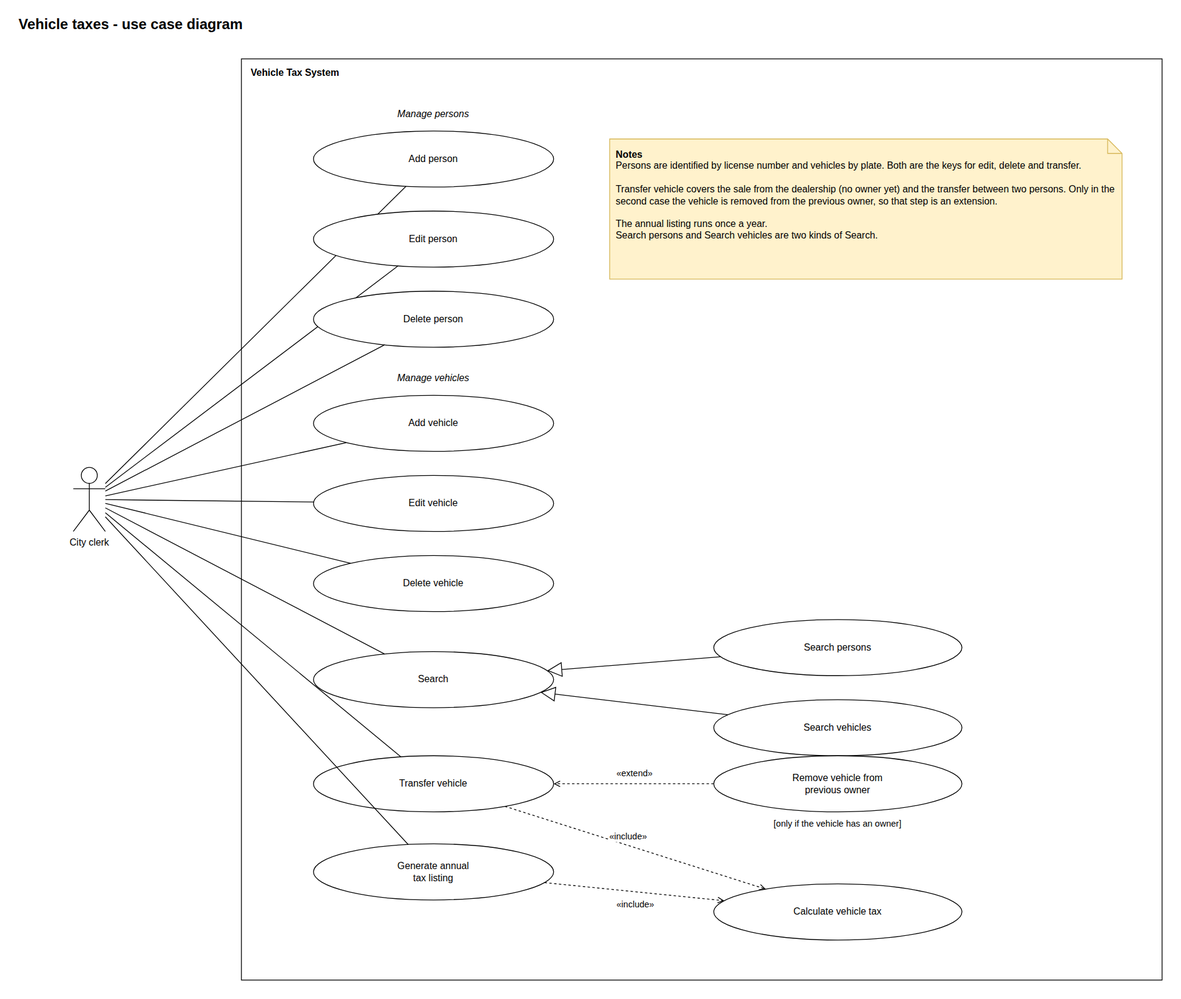
Above: docs/use-case-diagram.drawio.png in kamanfung-upc/softeng-lecture-5 (draw.io), before the change. Source tidied: cells renumbered, new cells last; positions are measured from the earlier drawing's top-left corner, leaving out a move shared by most shapes. The source it was exported from:
```xml
<mxGraphModel>
  <root>
    <mxCell id="0" />
    <mxCell id="1" parent="0" />
    <mxCell id="2" value="&lt;b&gt;&lt;font style=&quot;font-size: 18px;&quot;&gt;Vehicle taxes - use case diagram&lt;/font&gt;&lt;/b&gt;" style="text;html=1;strokeColor=none;fillColor=none;align=left;verticalAlign=top;whiteSpace=wrap;" parent="1" vertex="1">
      <mxGeometry width="700" height="30" as="geometry" />
    </mxCell>
    <mxCell id="3" value="Vehicle Tax System" style="rounded=0;whiteSpace=wrap;html=1;fillColor=none;align=left;verticalAlign=top;fontStyle=1;spacingLeft=10;spacingTop=4;" parent="1" vertex="1">
      <mxGeometry x="280" y="60" width="1150" height="1150" as="geometry" />
    </mxCell>
    <mxCell id="4" value="City clerk" style="shape=umlActor;verticalLabelPosition=bottom;verticalAlign=top;html=1;outlineConnect=0;" parent="1" vertex="1">
      <mxGeometry x="70" y="570" width="40" height="80" as="geometry" />
    </mxCell>
    <mxCell id="5" value="&lt;i&gt;Manage persons&lt;/i&gt;" style="text;html=1;strokeColor=none;fillColor=none;align=left;verticalAlign=top;whiteSpace=wrap;align=center;" parent="1" vertex="1">
      <mxGeometry x="370" y="115" width="300" height="25" as="geometry" />
    </mxCell>
    <mxCell id="6" value="&lt;i&gt;Manage vehicles&lt;/i&gt;" style="text;html=1;strokeColor=none;fillColor=none;align=left;verticalAlign=top;whiteSpace=wrap;align=center;" parent="1" vertex="1">
      <mxGeometry x="370" y="445" width="300" height="25" as="geometry" />
    </mxCell>
    <mxCell id="7" value="Add person" style="ellipse;whiteSpace=wrap;html=1;" parent="1" vertex="1">
      <mxGeometry x="370" y="150" width="300" height="70" as="geometry" />
    </mxCell>
    <mxCell id="8" style="endArrow=none;html=1;rounded=0;" parent="1" edge="1" source="4" target="7">
      <mxGeometry relative="1" as="geometry" />
    </mxCell>
    <mxCell id="9" value="Edit person" style="ellipse;whiteSpace=wrap;html=1;" parent="1" vertex="1">
      <mxGeometry x="370" y="250" width="300" height="70" as="geometry" />
    </mxCell>
    <mxCell id="10" style="endArrow=none;html=1;rounded=0;" parent="1" edge="1" source="4" target="9">
      <mxGeometry relative="1" as="geometry" />
    </mxCell>
    <mxCell id="11" value="Delete person" style="ellipse;whiteSpace=wrap;html=1;" parent="1" vertex="1">
      <mxGeometry x="370" y="350" width="300" height="70" as="geometry" />
    </mxCell>
    <mxCell id="12" style="endArrow=none;html=1;rounded=0;" parent="1" edge="1" source="4" target="11">
      <mxGeometry relative="1" as="geometry" />
    </mxCell>
    <mxCell id="13" value="Add vehicle" style="ellipse;whiteSpace=wrap;html=1;" parent="1" vertex="1">
      <mxGeometry x="370" y="480" width="300" height="70" as="geometry" />
    </mxCell>
    <mxCell id="14" style="endArrow=none;html=1;rounded=0;" parent="1" edge="1" source="4" target="13">
      <mxGeometry relative="1" as="geometry" />
    </mxCell>
    <mxCell id="15" value="Edit vehicle" style="ellipse;whiteSpace=wrap;html=1;" parent="1" vertex="1">
      <mxGeometry x="370" y="580" width="300" height="70" as="geometry" />
    </mxCell>
    <mxCell id="16" style="endArrow=none;html=1;rounded=0;" parent="1" edge="1" source="4" target="15">
      <mxGeometry relative="1" as="geometry" />
    </mxCell>
    <mxCell id="17" value="Delete vehicle" style="ellipse;whiteSpace=wrap;html=1;" parent="1" vertex="1">
      <mxGeometry x="370" y="680" width="300" height="70" as="geometry" />
    </mxCell>
    <mxCell id="18" style="endArrow=none;html=1;rounded=0;" parent="1" edge="1" source="4" target="17">
      <mxGeometry relative="1" as="geometry" />
    </mxCell>
    <mxCell id="19" value="Search" style="ellipse;whiteSpace=wrap;html=1;" parent="1" vertex="1">
      <mxGeometry x="370" y="800" width="300" height="70" as="geometry" />
    </mxCell>
    <mxCell id="20" style="endArrow=none;html=1;rounded=0;" parent="1" edge="1" source="4" target="19">
      <mxGeometry relative="1" as="geometry" />
    </mxCell>
    <mxCell id="21" value="Transfer vehicle" style="ellipse;whiteSpace=wrap;html=1;" parent="1" vertex="1">
      <mxGeometry x="370" y="930" width="300" height="70" as="geometry" />
    </mxCell>
    <mxCell id="22" style="endArrow=none;html=1;rounded=0;" parent="1" edge="1" source="4" target="21">
      <mxGeometry relative="1" as="geometry" />
    </mxCell>
    <mxCell id="23" value="Generate annual&lt;br&gt;tax listing" style="ellipse;whiteSpace=wrap;html=1;" parent="1" vertex="1">
      <mxGeometry x="370" y="1040" width="300" height="70" as="geometry" />
    </mxCell>
    <mxCell id="24" style="endArrow=none;html=1;rounded=0;" parent="1" edge="1" source="4" target="23">
      <mxGeometry relative="1" as="geometry" />
    </mxCell>
    <mxCell id="25" value="Search persons" style="ellipse;whiteSpace=wrap;html=1;" parent="1" vertex="1">
      <mxGeometry x="870" y="760" width="310" height="70" as="geometry" />
    </mxCell>
    <mxCell id="26" value="Search vehicles" style="ellipse;whiteSpace=wrap;html=1;" parent="1" vertex="1">
      <mxGeometry x="870" y="860" width="310" height="70" as="geometry" />
    </mxCell>
    <mxCell id="27" value="Remove vehicle from&lt;br&gt;previous owner" style="ellipse;whiteSpace=wrap;html=1;" parent="1" vertex="1">
      <mxGeometry x="870" y="930" width="310" height="70" as="geometry" />
    </mxCell>
    <mxCell id="28" value="Calculate vehicle tax" style="ellipse;whiteSpace=wrap;html=1;" parent="1" vertex="1">
      <mxGeometry x="870" y="1090" width="310" height="70" as="geometry" />
    </mxCell>
    <mxCell id="29" value="[only if the vehicle has an owner]" style="text;html=1;strokeColor=none;fillColor=none;align=left;verticalAlign=top;whiteSpace=wrap;align=center;fontSize=11;" parent="1" vertex="1">
      <mxGeometry x="870" y="1002" width="310" height="20" as="geometry" />
    </mxCell>
    <mxCell id="30" style="endArrow=block;endFill=0;endSize=16;html=1;rounded=0;" parent="1" edge="1" source="25" target="19">
      <mxGeometry relative="1" as="geometry" />
    </mxCell>
    <mxCell id="31" style="endArrow=block;endFill=0;endSize=16;html=1;rounded=0;" parent="1" edge="1" source="26" target="19">
      <mxGeometry relative="1" as="geometry" />
    </mxCell>
    <mxCell id="32" style="endArrow=open;endFill=1;dashed=1;html=1;rounded=0;" parent="1" edge="1" source="27" target="21">
      <mxGeometry relative="1" as="geometry" />
    </mxCell>
    <mxCell id="33" value="&amp;laquo;extend&amp;raquo;" style="edgeLabel;html=1;align=center;verticalAlign=middle;" parent="32" vertex="1">
      <mxGeometry relative="1" as="geometry">
        <mxPoint y="-14" as="offset" />
      </mxGeometry>
    </mxCell>
    <mxCell id="34" style="endArrow=open;endFill=1;dashed=1;html=1;rounded=0;" parent="1" edge="1" source="21" target="28">
      <mxGeometry relative="1" as="geometry" />
    </mxCell>
    <mxCell id="35" value="&amp;laquo;include&amp;raquo;" style="edgeLabel;html=1;align=center;verticalAlign=middle;" parent="34" vertex="1">
      <mxGeometry relative="1" as="geometry">
        <mxPoint x="-10" y="-14" as="offset" />
      </mxGeometry>
    </mxCell>
    <mxCell id="36" style="endArrow=open;endFill=1;dashed=1;html=1;rounded=0;" parent="1" edge="1" source="23" target="28">
      <mxGeometry relative="1" as="geometry" />
    </mxCell>
    <mxCell id="37" value="&amp;laquo;include&amp;raquo;" style="edgeLabel;html=1;align=center;verticalAlign=middle;" parent="36" vertex="1">
      <mxGeometry relative="1" as="geometry">
        <mxPoint y="16" as="offset" />
      </mxGeometry>
    </mxCell>
    <mxCell id="38" value="&lt;b&gt;Notes&lt;/b&gt;&lt;br&gt;Persons are identified by license number and vehicles by plate. Both are the keys for edit, delete and transfer.&lt;br&gt;&lt;br&gt;Transfer vehicle covers the sale from the dealership (no owner yet) and the transfer between two persons. Only in the second case the vehicle is removed from the previous owner, so that step is an extension.&lt;br&gt;&lt;br&gt;The annual listing runs once a year.&lt;br&gt;Search persons and Search vehicles are two kinds of Search." style="shape=note;whiteSpace=wrap;html=1;align=left;verticalAlign=top;spacing=8;size=18;fillColor=#fff2cc;strokeColor=#d6b656;" parent="1" vertex="1">
      <mxGeometry x="740" y="160" width="640" height="175" as="geometry" />
    </mxCell>
  </root>
</mxGraphModel>
```
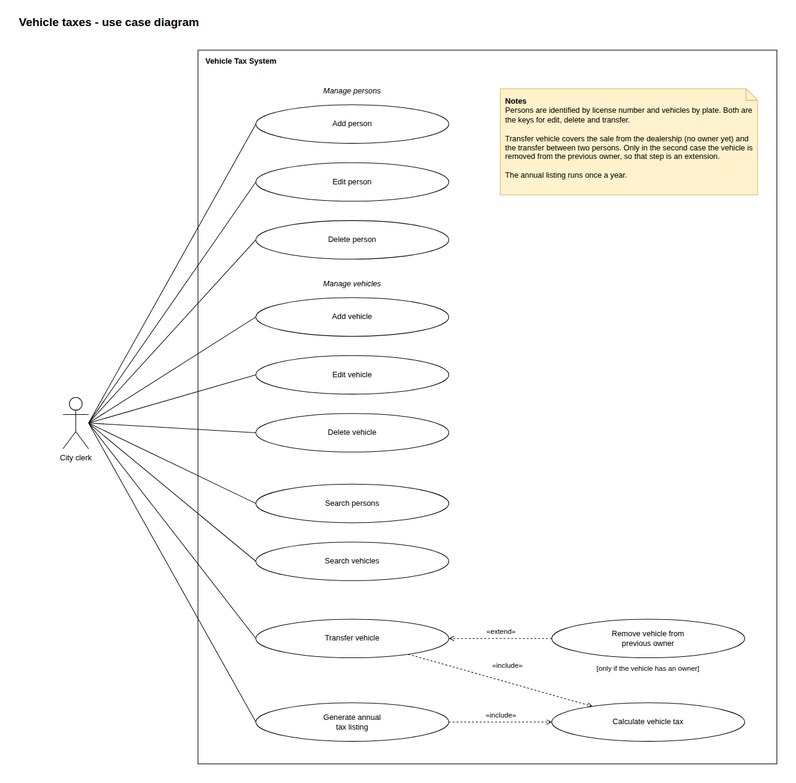
The same diagram one commit later.

What changed in the source:
```diff
@@ -1,4 +1,4 @@
-<mxGraphModel>
+<mxGraphModel background="light-dark(#ffffff, #121212)">
   <root>
     <mxCell id="0" />
     <mxCell id="1" parent="0" />
@@ -6,98 +6,92 @@
       <mxGeometry width="700" height="30" as="geometry" />
     </mxCell>
     <mxCell id="3" value="Vehicle Tax System" style="rounded=0;whiteSpace=wrap;html=1;fillColor=none;align=left;verticalAlign=top;fontStyle=1;spacingLeft=10;spacingTop=4;" parent="1" vertex="1">
-      <mxGeometry x="280" y="60" width="1150" height="1150" as="geometry" />
+      <mxGeometry x="280" y="60" width="900" height="1110" as="geometry" />
     </mxCell>
     <mxCell id="4" value="City clerk" style="shape=umlActor;verticalLabelPosition=bottom;verticalAlign=top;html=1;outlineConnect=0;" parent="1" vertex="1">
-      <mxGeometry x="70" y="570" width="40" height="80" as="geometry" />
+      <mxGeometry x="70" y="600" width="40" height="80" as="geometry" />
     </mxCell>
     <mxCell id="5" value="&lt;i&gt;Manage persons&lt;/i&gt;" style="text;html=1;strokeColor=none;fillColor=none;align=left;verticalAlign=top;whiteSpace=wrap;align=center;" parent="1" vertex="1">
-      <mxGeometry x="370" y="115" width="300" height="25" as="geometry" />
+      <mxGeometry x="370" y="110" width="300" height="25" as="geometry" />
     </mxCell>
     <mxCell id="6" value="&lt;i&gt;Manage vehicles&lt;/i&gt;" style="text;html=1;strokeColor=none;fillColor=none;align=left;verticalAlign=top;whiteSpace=wrap;align=center;" parent="1" vertex="1">
-      <mxGeometry x="370" y="445" width="300" height="25" as="geometry" />
+      <mxGeometry x="370" y="410" width="300" height="25" as="geometry" />
     </mxCell>
     <mxCell id="7" value="Add person" style="ellipse;whiteSpace=wrap;html=1;" parent="1" vertex="1">
-      <mxGeometry x="370" y="150" width="300" height="70" as="geometry" />
+      <mxGeometry x="370" y="145" width="300" height="60" as="geometry" />
     </mxCell>
-    <mxCell id="8" style="endArrow=none;html=1;rounded=0;" parent="1" edge="1" source="4" target="7">
+    <mxCell id="8" style="endArrow=none;html=1;rounded=0;exitX=1;exitY=0.5;exitDx=0;exitDy=0;entryX=0;entryY=0.5;entryDx=0;entryDy=0;" parent="1" edge="1" source="4" target="7">
       <mxGeometry relative="1" as="geometry" />
     </mxCell>
     <mxCell id="9" value="Edit person" style="ellipse;whiteSpace=wrap;html=1;" parent="1" vertex="1">
-      <mxGeometry x="370" y="250" width="300" height="70" as="geometry" />
+      <mxGeometry x="370" y="235" width="300" height="60" as="geometry" />
     </mxCell>
-    <mxCell id="10" style="endArrow=none;html=1;rounded=0;" parent="1" edge="1" source="4" target="9">
+    <mxCell id="10" style="endArrow=none;html=1;rounded=0;exitX=1;exitY=0.5;exitDx=0;exitDy=0;entryX=0;entryY=0.5;entryDx=0;entryDy=0;" parent="1" edge="1" source="4" target="9">
       <mxGeometry relative="1" as="geometry" />
     </mxCell>
     <mxCell id="11" value="Delete person" style="ellipse;whiteSpace=wrap;html=1;" parent="1" vertex="1">
-      <mxGeometry x="370" y="350" width="300" height="70" as="geometry" />
+      <mxGeometry x="370" y="325" width="300" height="60" as="geometry" />
     </mxCell>
-    <mxCell id="12" style="endArrow=none;html=1;rounded=0;" parent="1" edge="1" source="4" target="11">
+    <mxCell id="12" style="endArrow=none;html=1;rounded=0;exitX=1;exitY=0.5;exitDx=0;exitDy=0;entryX=0;entryY=0.5;entryDx=0;entryDy=0;" parent="1" edge="1" source="4" target="11">
       <mxGeometry relative="1" as="geometry" />
     </mxCell>
     <mxCell id="13" value="Add vehicle" style="ellipse;whiteSpace=wrap;html=1;" parent="1" vertex="1">
-      <mxGeometry x="370" y="480" width="300" height="70" as="geometry" />
+      <mxGeometry x="370" y="445" width="300" height="60" as="geometry" />
     </mxCell>
-    <mxCell id="14" style="endArrow=none;html=1;rounded=0;" parent="1" edge="1" source="4" target="13">
+    <mxCell id="14" style="endArrow=none;html=1;rounded=0;exitX=1;exitY=0.5;exitDx=0;exitDy=0;entryX=0;entryY=0.5;entryDx=0;entryDy=0;" parent="1" edge="1" source="4" target="13">
       <mxGeometry relative="1" as="geometry" />
     </mxCell>
     <mxCell id="15" value="Edit vehicle" style="ellipse;whiteSpace=wrap;html=1;" parent="1" vertex="1">
-      <mxGeometry x="370" y="580" width="300" height="70" as="geometry" />
+      <mxGeometry x="370" y="535" width="300" height="60" as="geometry" />
     </mxCell>
-    <mxCell id="16" style="endArrow=none;html=1;rounded=0;" parent="1" edge="1" source="4" target="15">
+    <mxCell id="16" style="endArrow=none;html=1;rounded=0;exitX=1;exitY=0.5;exitDx=0;exitDy=0;entryX=0;entryY=0.5;entryDx=0;entryDy=0;" parent="1" edge="1" source="4" target="15">
       <mxGeometry relative="1" as="geometry" />
     </mxCell>
     <mxCell id="17" value="Delete vehicle" style="ellipse;whiteSpace=wrap;html=1;" parent="1" vertex="1">
-      <mxGeometry x="370" y="680" width="300" height="70" as="geometry" />
+      <mxGeometry x="370" y="625" width="300" height="60" as="geometry" />
     </mxCell>
-    <mxCell id="18" style="endArrow=none;html=1;rounded=0;" parent="1" edge="1" source="4" target="17">
+    <mxCell id="18" style="endArrow=none;html=1;rounded=0;exitX=1;exitY=0.5;exitDx=0;exitDy=0;entryX=0;entryY=0.5;entryDx=0;entryDy=0;" parent="1" edge="1" source="4" target="17">
       <mxGeometry relative="1" as="geometry" />
     </mxCell>
-    <mxCell id="19" value="Search" style="ellipse;whiteSpace=wrap;html=1;" parent="1" vertex="1">
-      <mxGeometry x="370" y="800" width="300" height="70" as="geometry" />
-    </mxCell>
-    <mxCell id="20" style="endArrow=none;html=1;rounded=0;" parent="1" edge="1" source="4" target="19">
-      <mxGeometry relative="1" as="geometry" />
-    </mxCell>
     <mxCell id="21" value="Transfer vehicle" style="ellipse;whiteSpace=wrap;html=1;" parent="1" vertex="1">
-      <mxGeometry x="370" y="930" width="300" height="70" as="geometry" />
+      <mxGeometry x="370" y="945" width="300" height="60" as="geometry" />
     </mxCell>
-    <mxCell id="22" style="endArrow=none;html=1;rounded=0;" parent="1" edge="1" source="4" target="21">
+    <mxCell id="22" style="endArrow=none;html=1;rounded=0;exitX=1;exitY=0.5;exitDx=0;exitDy=0;entryX=0;entryY=0.5;entryDx=0;entryDy=0;" parent="1" edge="1" source="4" target="21">
       <mxGeometry relative="1" as="geometry" />
     </mxCell>
     <mxCell id="23" value="Generate annual&lt;br&gt;tax listing" style="ellipse;whiteSpace=wrap;html=1;" parent="1" vertex="1">
-      <mxGeometry x="370" y="1040" width="300" height="70" as="geometry" />
+      <mxGeometry x="370" y="1075" width="300" height="60" as="geometry" />
     </mxCell>
-    <mxCell id="24" style="endArrow=none;html=1;rounded=0;" parent="1" edge="1" source="4" target="23">
+    <mxCell id="24" style="endArrow=none;html=1;rounded=0;exitX=1;exitY=0.5;exitDx=0;exitDy=0;entryX=0;entryY=0.5;entryDx=0;entryDy=0;" parent="1" edge="1" source="4" target="23">
       <mxGeometry relative="1" as="geometry" />
     </mxCell>
     <mxCell id="25" value="Search persons" style="ellipse;whiteSpace=wrap;html=1;" parent="1" vertex="1">
-      <mxGeometry x="870" y="760" width="310" height="70" as="geometry" />
+      <mxGeometry x="370" y="735" width="300" height="60" as="geometry" />
     </mxCell>
     <mxCell id="26" value="Search vehicles" style="ellipse;whiteSpace=wrap;html=1;" parent="1" vertex="1">
-      <mxGeometry x="870" y="860" width="310" height="70" as="geometry" />
+      <mxGeometry x="370" y="825" width="300" height="60" as="geometry" />
     </mxCell>
+    <mxCell id="39" style="endArrow=none;html=1;rounded=0;exitX=1;exitY=0.5;exitDx=0;exitDy=0;entryX=0;entryY=0.5;entryDx=0;entryDy=0;" parent="1" edge="1" source="4" target="25">
+      <mxGeometry relative="1" as="geometry" />
+    </mxCell>
+    <mxCell id="40" style="endArrow=none;html=1;rounded=0;exitX=1;exitY=0.5;exitDx=0;exitDy=0;entryX=0;entryY=0.5;entryDx=0;entryDy=0;" parent="1" edge="1" source="4" target="26">
+      <mxGeometry relative="1" as="geometry" />
+    </mxCell>
     <mxCell id="27" value="Remove vehicle from&lt;br&gt;previous owner" style="ellipse;whiteSpace=wrap;html=1;" parent="1" vertex="1">
-      <mxGeometry x="870" y="930" width="310" height="70" as="geometry" />
+      <mxGeometry x="830" y="945" width="300" height="60" as="geometry" />
     </mxCell>
     <mxCell id="28" value="Calculate vehicle tax" style="ellipse;whiteSpace=wrap;html=1;" parent="1" vertex="1">
-      <mxGeometry x="870" y="1090" width="310" height="70" as="geometry" />
+      <mxGeometry x="830" y="1075" width="300" height="60" as="geometry" />
     </mxCell>
     <mxCell id="29" value="[only if the vehicle has an owner]" style="text;html=1;strokeColor=none;fillColor=none;align=left;verticalAlign=top;whiteSpace=wrap;align=center;fontSize=11;" parent="1" vertex="1">
-      <mxGeometry x="870" y="1002" width="310" height="20" as="geometry" />
+      <mxGeometry x="830" y="1009" width="300" height="20" as="geometry" />
     </mxCell>
-    <mxCell id="30" style="endArrow=block;endFill=0;endSize=16;html=1;rounded=0;" parent="1" edge="1" source="25" target="19">
-      <mxGeometry relative="1" as="geometry" />
-    </mxCell>
-    <mxCell id="31" style="endArrow=block;endFill=0;endSize=16;html=1;rounded=0;" parent="1" edge="1" source="26" target="19">
-      <mxGeometry relative="1" as="geometry" />
-    </mxCell>
     <mxCell id="32" style="endArrow=open;endFill=1;dashed=1;html=1;rounded=0;" parent="1" edge="1" source="27" target="21">
       <mxGeometry relative="1" as="geometry" />
     </mxCell>
     <mxCell id="33" value="&amp;laquo;extend&amp;raquo;" style="edgeLabel;html=1;align=center;verticalAlign=middle;" parent="32" vertex="1">
       <mxGeometry relative="1" as="geometry">
-        <mxPoint y="-14" as="offset" />
+        <mxPoint y="-12" as="offset" />
       </mxGeometry>
     </mxCell>
     <mxCell id="34" style="endArrow=open;endFill=1;dashed=1;html=1;rounded=0;" parent="1" edge="1" source="21" target="28">
@@ -105,7 +99,7 @@
     </mxCell>
     <mxCell id="35" value="&amp;laquo;include&amp;raquo;" style="edgeLabel;html=1;align=center;verticalAlign=middle;" parent="34" vertex="1">
       <mxGeometry relative="1" as="geometry">
-        <mxPoint x="-10" y="-14" as="offset" />
+        <mxPoint x="10" y="-24" as="offset" />
       </mxGeometry>
     </mxCell>
     <mxCell id="36" style="endArrow=open;endFill=1;dashed=1;html=1;rounded=0;" parent="1" edge="1" source="23" target="28">
@@ -113,11 +107,11 @@
     </mxCell>
     <mxCell id="37" value="&amp;laquo;include&amp;raquo;" style="edgeLabel;html=1;align=center;verticalAlign=middle;" parent="36" vertex="1">
       <mxGeometry relative="1" as="geometry">
-        <mxPoint y="16" as="offset" />
+        <mxPoint y="-12" as="offset" />
       </mxGeometry>
     </mxCell>
-    <mxCell id="38" value="&lt;b&gt;Notes&lt;/b&gt;&lt;br&gt;Persons are identified by license number and vehicles by plate. Both are the keys for edit, delete and transfer.&lt;br&gt;&lt;br&gt;Transfer vehicle covers the sale from the dealership (no owner yet) and the transfer between two persons. Only in the second case the vehicle is removed from the previous owner, so that step is an extension.&lt;br&gt;&lt;br&gt;The annual listing runs once a year.&lt;br&gt;Search persons and Search vehicles are two kinds of Search." style="shape=note;whiteSpace=wrap;html=1;align=left;verticalAlign=top;spacing=8;size=18;fillColor=#fff2cc;strokeColor=#d6b656;" parent="1" vertex="1">
-      <mxGeometry x="740" y="160" width="640" height="175" as="geometry" />
+    <mxCell id="38" value="&lt;b&gt;Notes&lt;/b&gt;&lt;br&gt;Persons are identified by license number and vehicles by plate. Both are the keys for edit, delete and transfer.&lt;br&gt;&lt;br&gt;Transfer vehicle covers the sale from the dealership (no owner yet) and the transfer between two persons. Only in the second case the vehicle is removed from the previous owner, so that step is an extension.&lt;br&gt;&lt;br&gt;The annual listing runs once a year." style="shape=note;whiteSpace=wrap;html=1;align=left;verticalAlign=top;spacing=8;size=18;fillColor=#fff2cc;strokeColor=#d6b656;" parent="1" vertex="1">
+      <mxGeometry x="750" y="120" width="400" height="165" as="geometry" />
     </mxCell>
   </root>
 </mxGraphModel>
```
